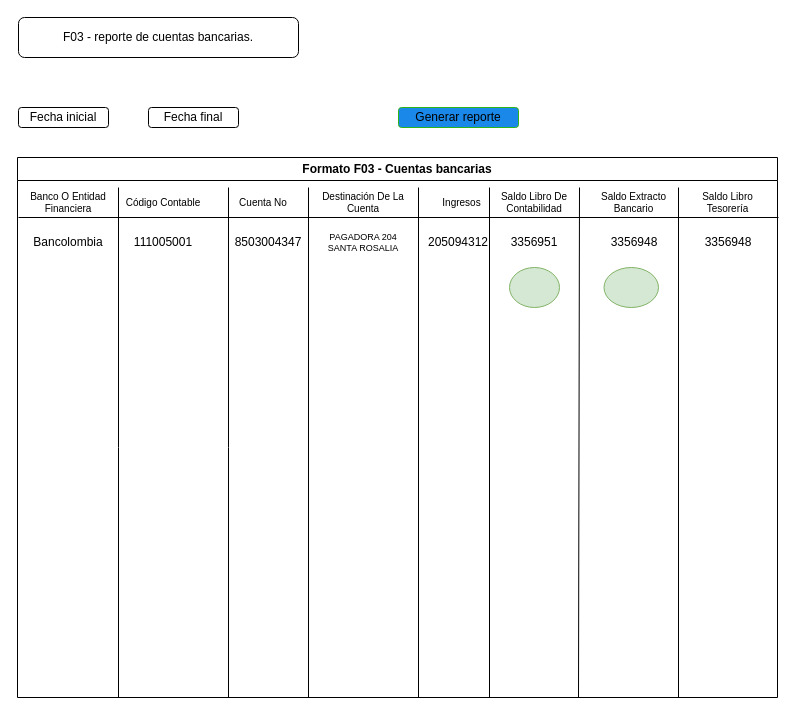
This is Diagrama sin título.drawio from richardlo1305/Tareas, a draw.io file, before an edit. Source tidied: cells renumbered, new cells numbered last; positions are measured from the earlier drawing's top-left corner, leaving out a move shared by most shapes. Both pictures are drawn from the tidied source at 100%, with x=0, y=0 at pixel (17, 17).
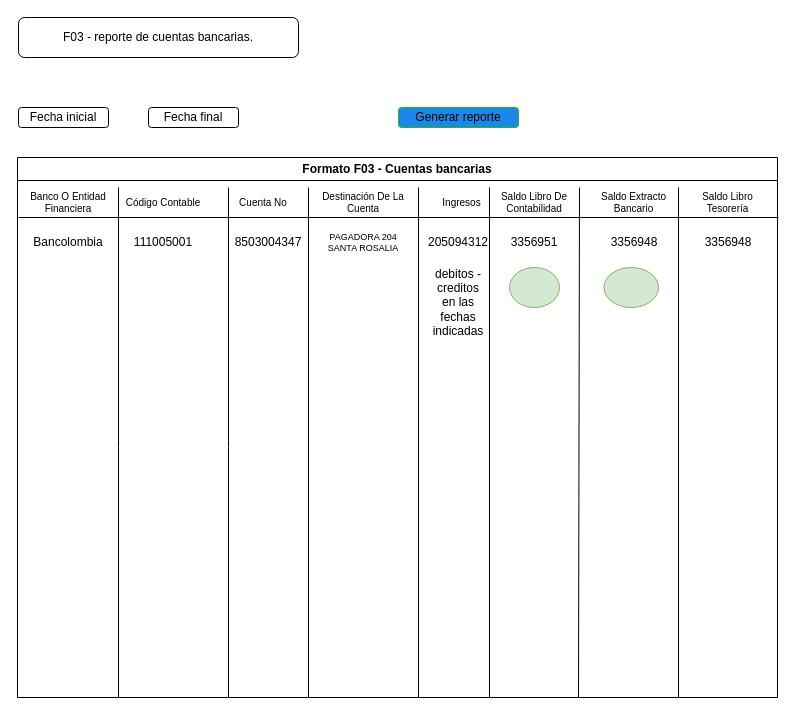
After the change.

The change refers to these unchanged cells:
```xml
<mxCell id="9" style="group;" parent="8" vertex="1">
  <mxGeometry x="1" y="30" width="749" height="510" as="geometry" />
</mxCell>
```

Change to the diagram source:
```diff
@@
+    <mxCell id="36" value="debitos - creditos&lt;br&gt;en las fechas indicadas" style="text;html=1;strokeColor=none;fillColor=none;align=center;verticalAlign=middle;whiteSpace=wrap;rounded=0;" parent="9" vertex="1">
+      <mxGeometry x="410" y="70" width="60" height="90" as="geometry" />
+    </mxCell>
```
